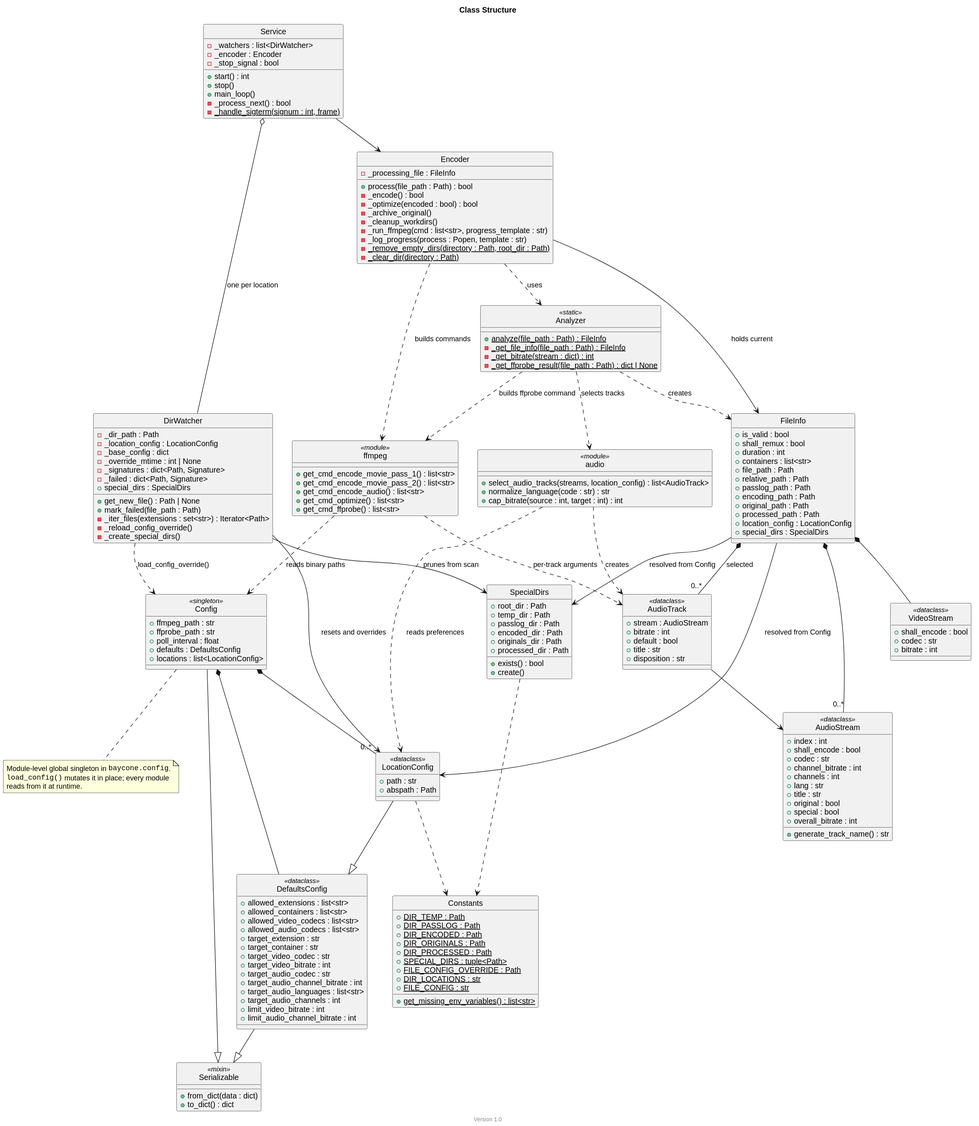
Earlier version of the PlantUML export docs/class_structure.svg (theobaldik/baycone). Its source is kept beside it as docs/class_structure.puml.
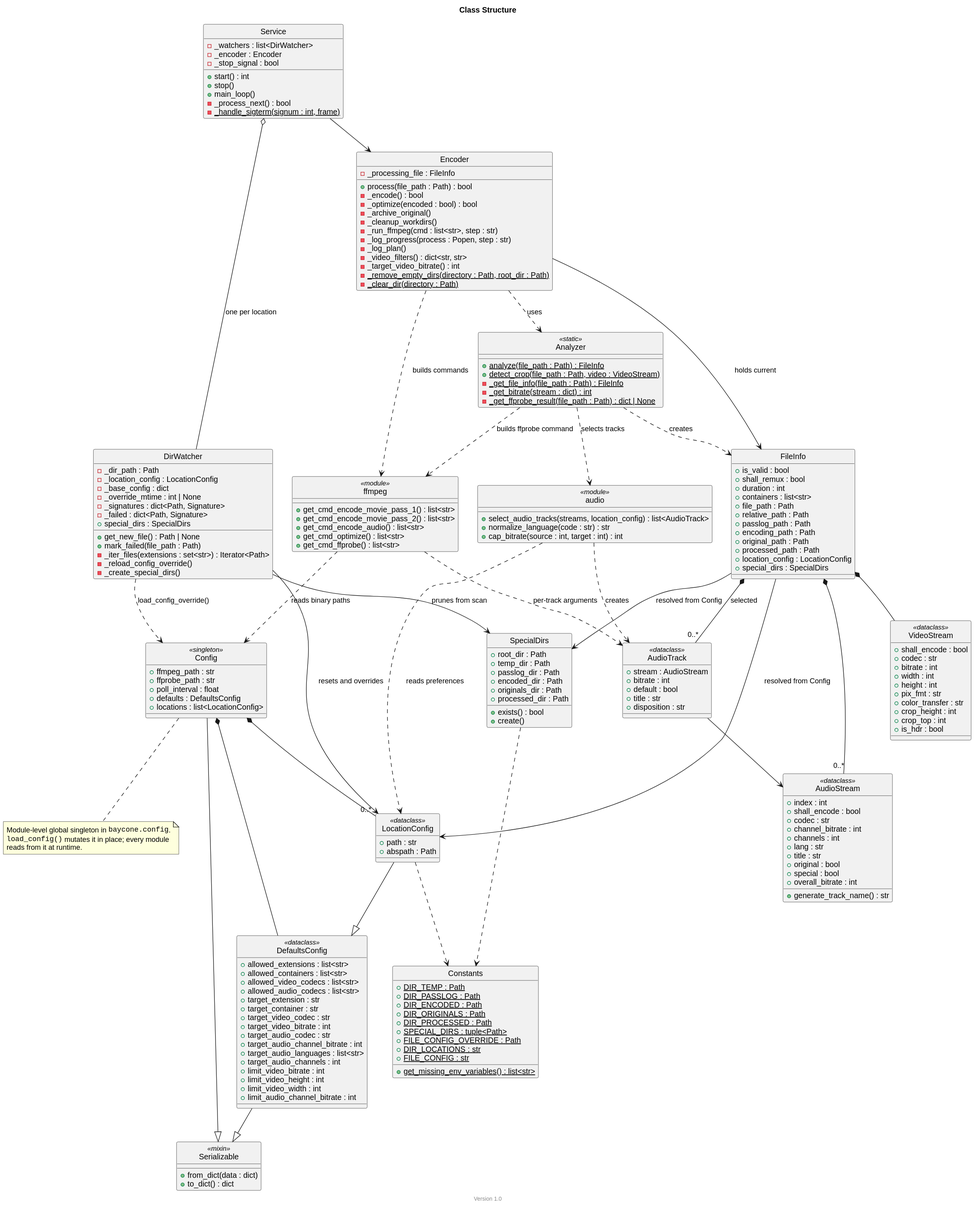
The same file after the commit.

The edit, as a diff of the source:
```diff
@@ -35,6 +35,7 @@
 
 class Analyzer <<static>> {
     + {static} analyze(file_path : Path) : FileInfo
+    + {static} detect_crop(file_path : Path, video : VideoStream)
     - {static} _get_file_info(file_path : Path) : FileInfo
     - {static} _get_bitrate(stream : dict) : int
     - {static} _get_ffprobe_result(file_path : Path) : dict | None
@@ -47,8 +48,11 @@
     - _optimize(encoded : bool) : bool
     - _archive_original()
     - _cleanup_workdirs()
-    - _run_ffmpeg(cmd : list<str>, progress_template : str)
-    - _log_progress(process : Popen, template : str)
+    - _run_ffmpeg(cmd : list<str>, step : str)
+    - _log_progress(process : Popen, step : str)
+    - _log_plan()
+    - _video_filters() : dict<str, str>
+    - _target_video_bitrate() : int
     - {static} _remove_empty_dirs(directory : Path, root_dir : Path)
     - {static} _clear_dir(directory : Path)
 }
@@ -72,6 +76,13 @@
     + shall_encode : bool
     + codec : str
     + bitrate : int
+    + width : int
+    + height : int
+    + pix_fmt : str
+    + color_transfer : str
+    + crop_height : int
+    + crop_top : int
+    + is_hdr : bool
 }
 
 class AudioStream <<dataclass>> {
@@ -137,6 +148,8 @@
     + target_audio_languages : list<str>
     + target_audio_channels : int
     + limit_video_bitrate : int
+    + limit_video_height : int
+    + limit_video_width : int
     + limit_audio_channel_bitrate : int
 }
 
```
